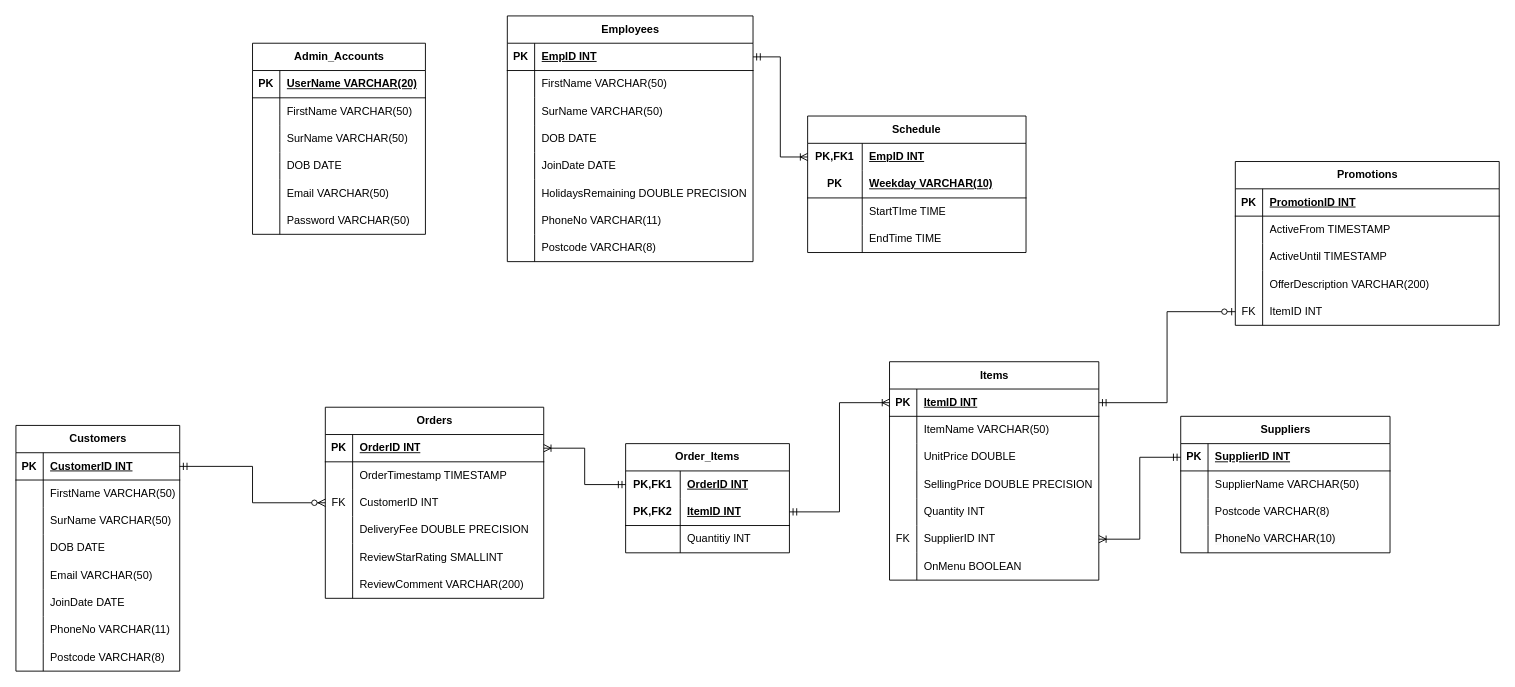
Earlier version of the draw.io diagram fish_inn.drawio (chas-lad/Fish-Inn). Source tidied: cells renumbered, new cells numbered last; positions are measured from the earlier drawing's top-left corner, leaving out a move shared by most shapes. Both pictures are drawn from the tidied source at 91%, with x=0, y=0 at pixel (15, 15).
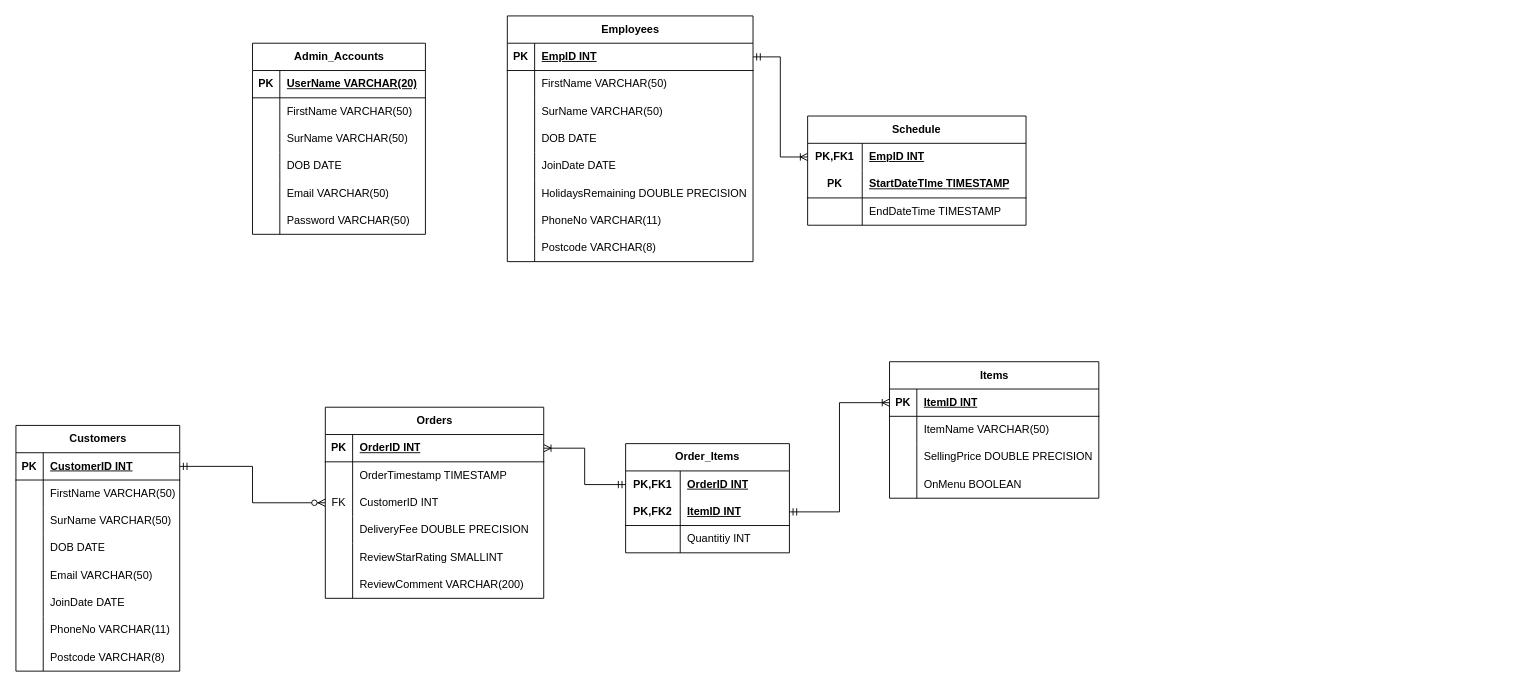
The same page after the edit.

The change refers to these unchanged cells:
```xml
<mxCell id="22" style="shape=tableRow;horizontal=0;startSize=0;swimlaneHead=0;swimlaneBody=0;fillColor=none;points=[[0,0.5],[1,0.5]];portConstraint=eastwest;top=0;left=0;right=0;bottom=1;" parent="21" vertex="1">
  <mxGeometry y="30" width="230" height="30" as="geometry" />
</mxCell>
<mxCell id="143" style="shape=tableRow;horizontal=0;startSize=0;swimlaneHead=0;swimlaneBody=0;fillColor=none;top=0;left=0;right=0;bottom=1;html=1;" parent="139" vertex="1">
  <mxGeometry y="60" width="240" height="30" as="geometry" />
</mxCell>
```

The edit, as a diff of the source:
```diff
@@
     <mxCell id="21" value="Items" style="shape=table;startSize=30;childLayout=tableLayout;rowLines=0;fontStyle=1;align=center;html=1;" parent="1" vertex="1">
-      <mxGeometry x="960" y="380" width="230" height="240" as="geometry" />
+      <mxGeometry x="960" y="380" width="230" height="150" as="geometry" />
     </mxCell>
@@
-    <mxCell id="28" style="shape=tableRow;horizontal=0;startSize=0;swimlaneHead=0;swimlaneBody=0;fillColor=none;top=0;left=0;right=0;bottom=0;" parent="21" vertex="1">
-      <mxGeometry y="90" width="230" height="30" as="geometry" />
-    </mxCell>
-    <mxCell id="29" style="shape=partialRectangle;fillColor=none;top=0;left=0;bottom=0;right=0;overflow=hidden;whiteSpace=wrap;html=1;" parent="28" vertex="1">
-      <mxGeometry width="30" height="30" as="geometry" />
-    </mxCell>
-    <mxCell id="30" value="UnitPrice DOUBLE" style="shape=partialRectangle;fillColor=none;top=0;left=0;bottom=0;right=0;align=left;spacingLeft=6;overflow=hidden;whiteSpace=wrap;html=1;" parent="28" vertex="1">
-      <mxGeometry x="30" width="200" height="30" as="geometry" />
-    </mxCell>
     <mxCell id="31" style="shape=tableRow;horizontal=0;startSize=0;swimlaneHead=0;swimlaneBody=0;fillColor=none;top=0;left=0;right=0;bottom=0;" parent="21" vertex="1">
-      <mxGeometry y="120" width="230" height="30" as="geometry" />
+      <mxGeometry y="90" width="230" height="30" as="geometry" />
     </mxCell>
@@
-    <mxCell id="34" style="shape=tableRow;horizontal=0;startSize=0;swimlaneHead=0;swimlaneBody=0;fillColor=none;top=0;left=0;right=0;bottom=0;" parent="21" vertex="1">
-      <mxGeometry y="150" width="230" height="30" as="geometry" />
-    </mxCell>
-    <mxCell id="35" style="shape=partialRectangle;fillColor=none;top=0;left=0;bottom=0;right=0;overflow=hidden;whiteSpace=wrap;html=1;" parent="34" vertex="1">
-      <mxGeometry width="30" height="30" as="geometry" />
-    </mxCell>
-    <mxCell id="36" value="Quantity INT" style="shape=partialRectangle;fillColor=none;top=0;left=0;bottom=0;right=0;align=left;spacingLeft=6;overflow=hidden;whiteSpace=wrap;html=1;" parent="34" vertex="1">
-      <mxGeometry x="30" width="200" height="30" as="geometry" />
-    </mxCell>
-    <mxCell id="37" style="shape=tableRow;horizontal=0;startSize=0;swimlaneHead=0;swimlaneBody=0;fillColor=none;points=[[0,0.5],[1,0.5]];portConstraint=eastwest;top=0;left=0;right=0;bottom=0;" parent="21" vertex="1">
-      <mxGeometry y="180" width="230" height="30" as="geometry" />
-    </mxCell>
-    <mxCell id="38" value="FK" style="shape=partialRectangle;fillColor=none;top=0;left=0;bottom=0;right=0;overflow=hidden;whiteSpace=wrap;html=1;" parent="37" vertex="1">
-      <mxGeometry width="30" height="30" as="geometry" />
-    </mxCell>
-    <mxCell id="39" value="SupplierID INT" style="shape=partialRectangle;fillColor=none;top=0;left=0;bottom=0;right=0;align=left;spacingLeft=6;overflow=hidden;whiteSpace=wrap;html=1;" parent="37" vertex="1">
-      <mxGeometry x="30" width="200" height="30" as="geometry" />
-    </mxCell>
     <mxCell id="40" style="shape=tableRow;horizontal=0;startSize=0;swimlaneHead=0;swimlaneBody=0;fillColor=none;top=0;left=0;right=0;bottom=0;" parent="21" vertex="1">
-      <mxGeometry y="210" width="230" height="30" as="geometry" />
+      <mxGeometry y="120" width="230" height="30" as="geometry" />
     </mxCell>
@@
-    <mxCell id="43" value="Suppliers" style="shape=table;startSize=30;childLayout=tableLayout;rowLines=0;fontStyle=1;align=center;html=1;" parent="1" vertex="1">
-      <mxGeometry x="1280" y="440" width="230" height="150" as="geometry" />
-    </mxCell>
-    <mxCell id="44" style="shape=tableRow;horizontal=0;startSize=0;swimlaneHead=0;swimlaneBody=0;fillColor=none;points=[[0,0.5],[1,0.5]];portConstraint=eastwest;top=0;left=0;right=0;bottom=1;" parent="43" vertex="1">
-      <mxGeometry y="30" width="230" height="30" as="geometry" />
-    </mxCell>
-    <mxCell id="45" value="PK" style="shape=partialRectangle;fillColor=none;top=0;left=0;bottom=0;right=0;fontStyle=1;overflow=hidden;whiteSpace=wrap;html=1;" parent="44" vertex="1">
-      <mxGeometry width="30" height="30" as="geometry" />
-    </mxCell>
-    <mxCell id="46" value="SupplierID INT" style="shape=partialRectangle;fillColor=none;top=0;left=0;bottom=0;right=0;align=left;spacingLeft=6;fontStyle=5;overflow=hidden;whiteSpace=wrap;html=1;" parent="44" vertex="1">
-      <mxGeometry x="30" width="200" height="30" as="geometry" />
-    </mxCell>
-    <mxCell id="47" style="shape=tableRow;horizontal=0;startSize=0;swimlaneHead=0;swimlaneBody=0;fillColor=none;top=0;left=0;right=0;bottom=0;" parent="43" vertex="1">
-      <mxGeometry y="60" width="230" height="30" as="geometry" />
-    </mxCell>
-    <mxCell id="48" style="shape=partialRectangle;fillColor=none;top=0;left=0;bottom=0;right=0;overflow=hidden;whiteSpace=wrap;html=1;" parent="47" vertex="1">
-      <mxGeometry width="30" height="30" as="geometry" />
-    </mxCell>
-    <mxCell id="49" value="SupplierName VARCHAR(50)" style="shape=partialRectangle;fillColor=none;top=0;left=0;bottom=0;right=0;align=left;spacingLeft=6;overflow=hidden;whiteSpace=wrap;html=1;" parent="47" vertex="1">
-      <mxGeometry x="30" width="200" height="30" as="geometry" />
-    </mxCell>
-    <mxCell id="50" style="shape=tableRow;horizontal=0;startSize=0;swimlaneHead=0;swimlaneBody=0;fillColor=none;top=0;left=0;right=0;bottom=0;" parent="43" vertex="1">
-      <mxGeometry y="90" width="230" height="30" as="geometry" />
-    </mxCell>
-    <mxCell id="51" style="shape=partialRectangle;fillColor=none;top=0;left=0;bottom=0;right=0;overflow=hidden;whiteSpace=wrap;html=1;" parent="50" vertex="1">
-      <mxGeometry width="30" height="30" as="geometry" />
-    </mxCell>
-    <mxCell id="52" value="Postcode VARCHAR(8)" style="shape=partialRectangle;fillColor=none;top=0;left=0;bottom=0;right=0;align=left;spacingLeft=6;overflow=hidden;whiteSpace=wrap;html=1;" parent="50" vertex="1">
-      <mxGeometry x="30" width="200" height="30" as="geometry" />
-    </mxCell>
-    <mxCell id="53" style="shape=tableRow;horizontal=0;startSize=0;swimlaneHead=0;swimlaneBody=0;fillColor=none;top=0;left=0;right=0;bottom=0;" parent="43" vertex="1">
-      <mxGeometry y="120" width="230" height="30" as="geometry" />
-    </mxCell>
-    <mxCell id="54" style="shape=partialRectangle;fillColor=none;top=0;left=0;bottom=0;right=0;overflow=hidden;whiteSpace=wrap;html=1;" parent="53" vertex="1">
-      <mxGeometry width="30" height="30" as="geometry" />
-    </mxCell>
-    <mxCell id="55" value="&lt;span style=&quot;color: rgb(0, 0, 0); font-family: Helvetica; font-size: 12px; font-style: normal; font-variant-ligatures: normal; font-variant-caps: normal; font-weight: 400; letter-spacing: normal; orphans: 2; text-align: left; text-indent: 0px; text-transform: none; widows: 2; word-spacing: 0px; -webkit-text-stroke-width: 0px; background-color: rgb(251, 251, 251); text-decoration-thickness: initial; text-decoration-style: initial; text-decoration-color: initial; float: none; display: inline !important;&quot;&gt;PhoneNo VARCHAR(10)&lt;/span&gt;" style="shape=partialRectangle;fillColor=none;top=0;left=0;bottom=0;right=0;align=left;spacingLeft=6;overflow=hidden;whiteSpace=wrap;html=1;" parent="53" vertex="1">
-      <mxGeometry x="30" width="200" height="30" as="geometry" />
-    </mxCell>
-    <mxCell id="56" style="edgeStyle=elbowEdgeStyle;fontSize=12;html=1;endArrow=ERoneToMany;startArrow=ERmandOne;rounded=0;entryX=1;entryY=0.5;entryDx=0;entryDy=0;exitX=0;exitY=0.5;exitDx=0;exitDy=0;" parent="1" edge="1" source="44" target="37">
-      <mxGeometry relative="1" as="geometry" />
-    </mxCell>
@@
     <mxCell id="139" value="Schedule" style="shape=table;startSize=30;childLayout=tableLayout;rowLines=0;fontStyle=1;align=center;html=1;whiteSpace=wrap;" parent="1" vertex="1">
-      <mxGeometry x="870" y="110" width="240" height="150" as="geometry" />
+      <mxGeometry x="870" y="110" width="240" height="120" as="geometry" />
     </mxCell>
@@
-    <mxCell id="145" value="Weekday VARCHAR(10)" style="shape=partialRectangle;fillColor=none;top=0;left=0;bottom=0;right=0;align=left;spacingLeft=6;fontStyle=5;overflow=hidden;html=1;whiteSpace=wrap;" parent="143" vertex="1">
+    <mxCell id="145" value="StartDateTIme TIMESTAMP" style="shape=partialRectangle;fillColor=none;top=0;left=0;bottom=0;right=0;align=left;spacingLeft=6;fontStyle=5;overflow=hidden;html=1;whiteSpace=wrap;" parent="143" vertex="1">
       <mxGeometry x="60" width="180" height="30" as="geometry" />
     </mxCell>
-    <mxCell id="146" style="shape=tableRow;horizontal=0;startSize=0;swimlaneHead=0;swimlaneBody=0;fillColor=none;top=0;left=0;right=0;bottom=0;html=1;" parent="139" vertex="1">
-      <mxGeometry y="90" width="240" height="30" as="geometry" />
-    </mxCell>
-    <mxCell id="147" style="shape=partialRectangle;fillColor=none;top=0;left=0;bottom=0;right=0;overflow=hidden;html=1;whiteSpace=wrap;" parent="146" vertex="1">
-      <mxGeometry width="60" height="30" as="geometry" />
-    </mxCell>
-    <mxCell id="148" value="StartTIme TIME" style="shape=partialRectangle;fillColor=none;top=0;left=0;bottom=0;right=0;align=left;spacingLeft=6;overflow=hidden;html=1;whiteSpace=wrap;" parent="146" vertex="1">
-      <mxGeometry x="60" width="180" height="30" as="geometry" />
-    </mxCell>
     <mxCell id="149" style="shape=tableRow;horizontal=0;startSize=0;swimlaneHead=0;swimlaneBody=0;fillColor=none;top=0;left=0;right=0;bottom=0;html=1;" parent="139" vertex="1">
-      <mxGeometry y="120" width="240" height="30" as="geometry" />
+      <mxGeometry y="90" width="240" height="30" as="geometry" />
     </mxCell>
@@
-    <mxCell id="151" value="EndTime TIME" style="shape=partialRectangle;fillColor=none;top=0;left=0;bottom=0;right=0;align=left;spacingLeft=6;overflow=hidden;html=1;whiteSpace=wrap;" parent="149" vertex="1">
+    <mxCell id="151" value="EndDateTime TIMESTAMP" style="shape=partialRectangle;fillColor=none;top=0;left=0;bottom=0;right=0;align=left;spacingLeft=6;overflow=hidden;html=1;whiteSpace=wrap;" parent="149" vertex="1">
       <mxGeometry x="60" width="180" height="30" as="geometry" />
     </mxCell>
@@
-    <mxCell id="153" value="Promotions" style="shape=table;startSize=30;childLayout=tableLayout;rowLines=0;fontStyle=1;align=center;html=1;" parent="1" vertex="1">
-      <mxGeometry x="1340" y="160" width="290" height="180" as="geometry" />
-    </mxCell>
-    <mxCell id="154" style="shape=tableRow;horizontal=0;startSize=0;swimlaneHead=0;swimlaneBody=0;fillColor=none;top=0;left=0;right=0;bottom=1;" parent="153" vertex="1">
-      <mxGeometry y="30" width="290" height="30" as="geometry" />
-    </mxCell>
-    <mxCell id="155" value="PK" style="shape=partialRectangle;fillColor=none;top=0;left=0;bottom=0;right=0;fontStyle=1;overflow=hidden;whiteSpace=wrap;html=1;" parent="154" vertex="1">
-      <mxGeometry width="30" height="30" as="geometry" />
-    </mxCell>
-    <mxCell id="156" value="PromotionID INT" style="shape=partialRectangle;fillColor=none;top=0;left=0;bottom=0;right=0;align=left;spacingLeft=6;fontStyle=5;overflow=hidden;whiteSpace=wrap;html=1;" parent="154" vertex="1">
-      <mxGeometry x="30" width="260" height="30" as="geometry" />
-    </mxCell>
-    <mxCell id="157" style="shape=tableRow;horizontal=0;startSize=0;swimlaneHead=0;swimlaneBody=0;fillColor=none;top=0;left=0;right=0;bottom=0;" parent="153" vertex="1">
-      <mxGeometry y="60" width="290" height="30" as="geometry" />
-    </mxCell>
-    <mxCell id="158" style="shape=partialRectangle;fillColor=none;top=0;left=0;bottom=0;right=0;overflow=hidden;whiteSpace=wrap;html=1;" parent="157" vertex="1">
-      <mxGeometry width="30" height="30" as="geometry" />
-    </mxCell>
-    <mxCell id="159" value="ActiveFrom TIMESTAMP" style="shape=partialRectangle;fillColor=none;top=0;left=0;bottom=0;right=0;align=left;spacingLeft=6;overflow=hidden;whiteSpace=wrap;html=1;" parent="157" vertex="1">
-      <mxGeometry x="30" width="260" height="30" as="geometry" />
-    </mxCell>
-    <mxCell id="160" style="shape=tableRow;horizontal=0;startSize=0;swimlaneHead=0;swimlaneBody=0;fillColor=none;top=0;left=0;right=0;bottom=0;" parent="153" vertex="1">
-      <mxGeometry y="90" width="290" height="30" as="geometry" />
-    </mxCell>
-    <mxCell id="161" style="shape=partialRectangle;fillColor=none;top=0;left=0;bottom=0;right=0;overflow=hidden;whiteSpace=wrap;html=1;" parent="160" vertex="1">
-      <mxGeometry width="30" height="30" as="geometry" />
-    </mxCell>
-    <mxCell id="162" value="ActiveUntil TIMESTAMP" style="shape=partialRectangle;fillColor=none;top=0;left=0;bottom=0;right=0;align=left;spacingLeft=6;overflow=hidden;whiteSpace=wrap;html=1;" parent="160" vertex="1">
-      <mxGeometry x="30" width="260" height="30" as="geometry" />
-    </mxCell>
-    <mxCell id="163" style="shape=tableRow;horizontal=0;startSize=0;swimlaneHead=0;swimlaneBody=0;fillColor=none;top=0;left=0;right=0;bottom=0;" parent="153" vertex="1">
-      <mxGeometry y="120" width="290" height="30" as="geometry" />
-    </mxCell>
-    <mxCell id="164" style="shape=partialRectangle;fillColor=none;top=0;left=0;bottom=0;right=0;overflow=hidden;whiteSpace=wrap;html=1;" parent="163" vertex="1">
-      <mxGeometry width="30" height="30" as="geometry" />
-    </mxCell>
-    <mxCell id="165" value="OfferDescription VARCHAR(200)" style="shape=partialRectangle;fillColor=none;top=0;left=0;bottom=0;right=0;align=left;spacingLeft=6;overflow=hidden;whiteSpace=wrap;html=1;" parent="163" vertex="1">
-      <mxGeometry x="30" width="260" height="30" as="geometry" />
-    </mxCell>
-    <mxCell id="166" style="shape=tableRow;horizontal=0;startSize=0;swimlaneHead=0;swimlaneBody=0;fillColor=none;points=[[0,0.5],[1,0.5]];portConstraint=eastwest;top=0;left=0;right=0;bottom=0;" parent="153" vertex="1">
-      <mxGeometry y="150" width="290" height="30" as="geometry" />
-    </mxCell>
-    <mxCell id="167" value="FK" style="shape=partialRectangle;fillColor=none;top=0;left=0;bottom=0;right=0;overflow=hidden;whiteSpace=wrap;html=1;" parent="166" vertex="1">
-      <mxGeometry width="30" height="30" as="geometry" />
-    </mxCell>
-    <mxCell id="168" value="ItemID INT" style="shape=partialRectangle;fillColor=none;top=0;left=0;bottom=0;right=0;align=left;spacingLeft=6;overflow=hidden;whiteSpace=wrap;html=1;" parent="166" vertex="1">
-      <mxGeometry x="30" width="260" height="30" as="geometry" />
-    </mxCell>
-    <mxCell id="169" style="edgeStyle=elbowEdgeStyle;fontSize=12;html=1;endArrow=ERzeroToOne;startArrow=ERmandOne;rounded=0;exitX=1;exitY=0.5;exitDx=0;exitDy=0;entryX=0;entryY=0.5;entryDx=0;entryDy=0;" parent="1" edge="1" source="22" target="166">
-      <mxGeometry relative="1" as="geometry" />
-    </mxCell>
```
